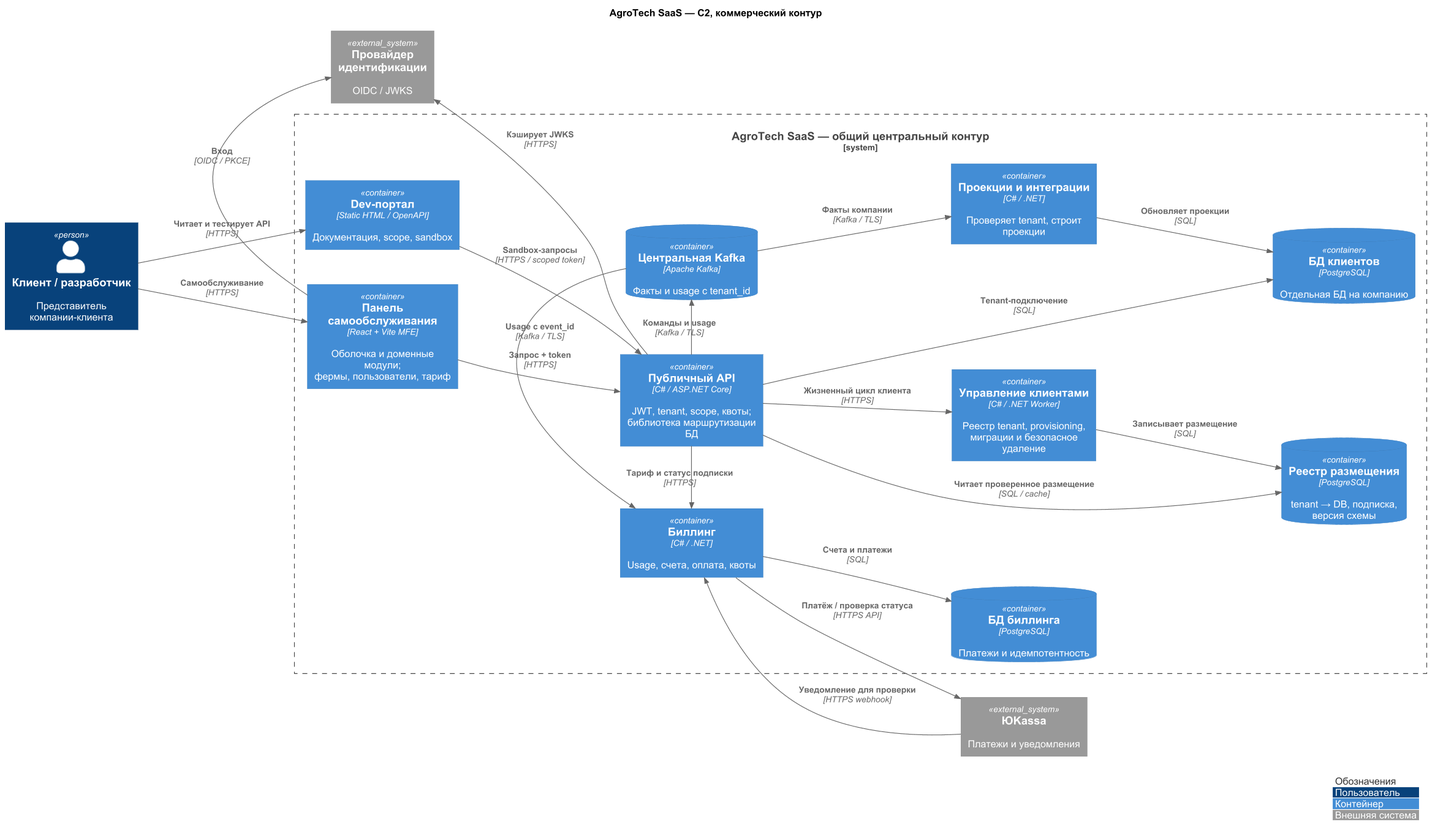
Before: Task5/diagrams/c2-saas-tobe.png, a diagram exported from PlantUML (rozhkovsvyat/MSA-AgroTech).
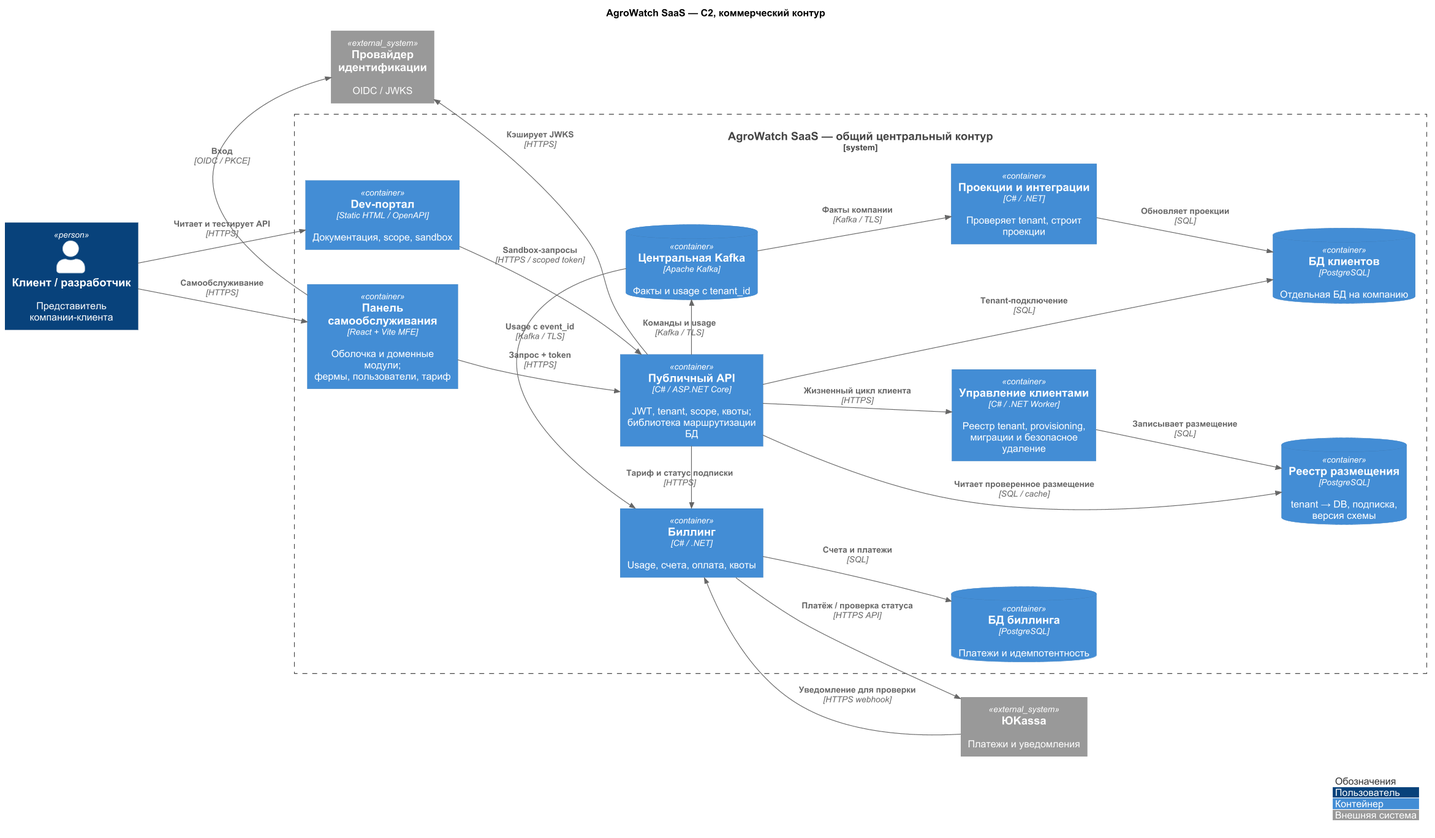
After the change.

The edit, as a diff of the source:
```diff
@@ -7,12 +7,12 @@
 skinparam nodesep 50
 skinparam ranksep 100
 show stereotype
-title AgroTech SaaS — C2, коммерческий контур
+title AgroWatch SaaS — C2, коммерческий контур
 
 Person(user, "Клиент / разработчик", "Представитель компании-клиента")
 System_Ext(idp, "Провайдер идентификации", "OIDC / JWKS")
 System_Ext(pay, "ЮKassa", "Платежи и уведомления")
-System_Boundary(saas, "AgroTech SaaS — общий центральный контур") {
+System_Boundary(saas, "AgroWatch SaaS — общий центральный контур") {
  Container(portal, "Панель самообслуживания", "React + Vite MFE", "Оболочка и доменные модули;\nфермы, пользователи, тариф")
  Container(devportal, "Dev-портал", "Static HTML / OpenAPI", "Документация, scope, sandbox")
  Container(api, "Публичный API", "C# / ASP.NET Core", "JWT, tenant, scope, квоты;\nбиблиотека маршрутизации БД")
```
